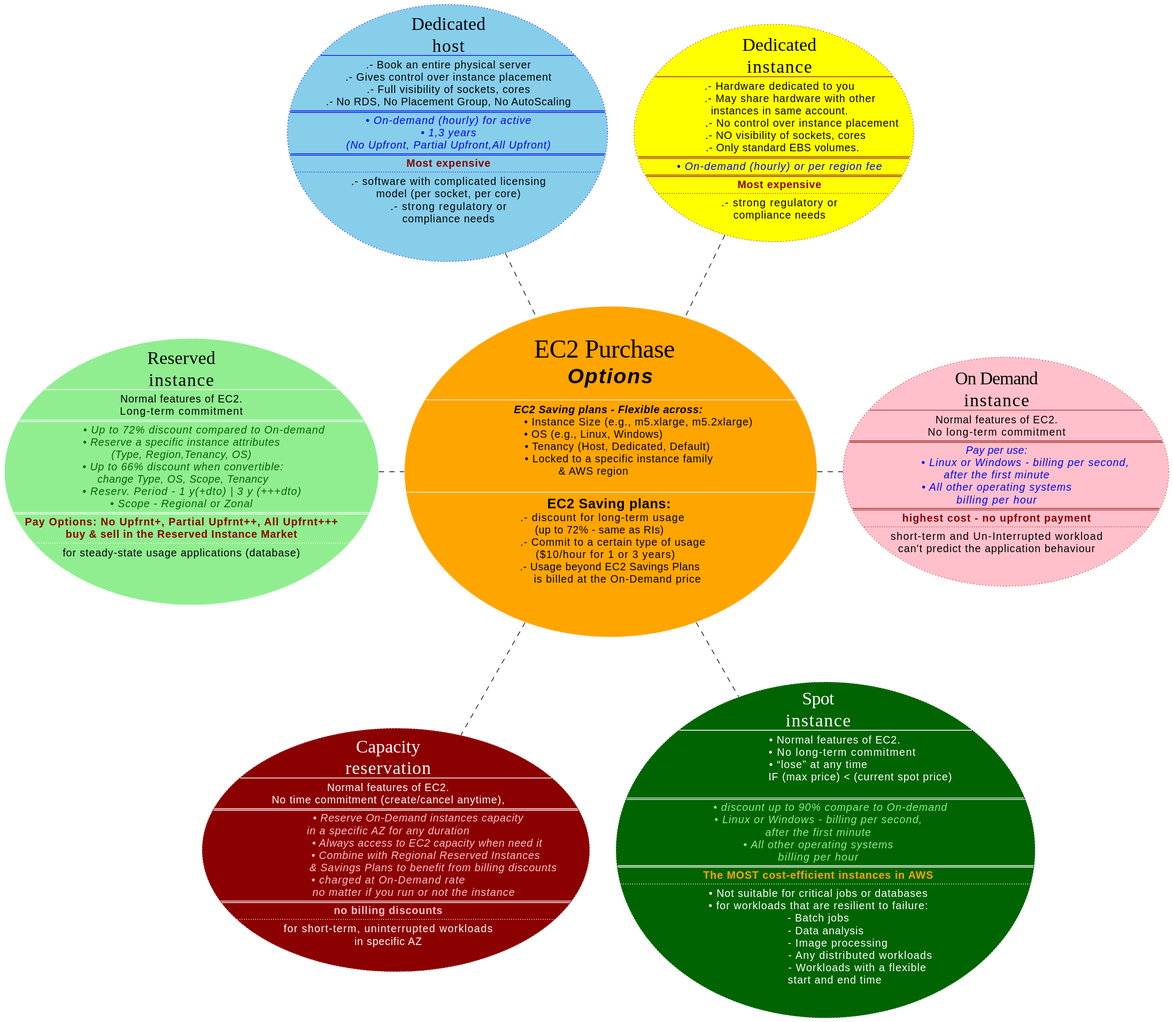
Before: assets/uml/003-ec2/ec2-purchase-options.svg, a diagram exported from PlantUML (avall/AWS-SAA-C03).
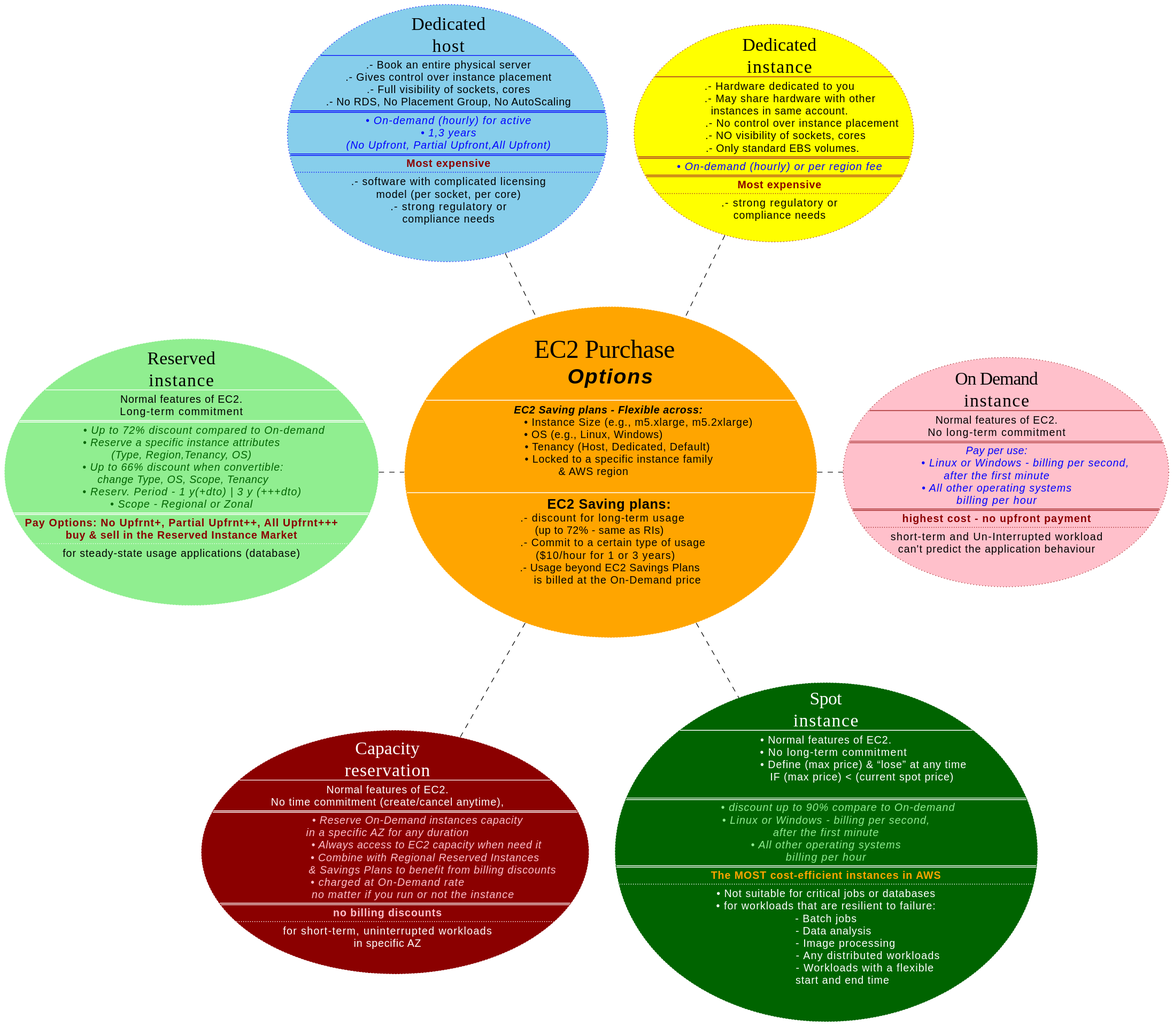
After the commit.

Commit message:
- EC2 purchase options

Change to the diagram source:
```diff
@@ -109,10 +109,10 @@
  <font:impact><size:24>Spot</size></font>
  <font:impact><size:24>instance</size></font>
 ----
-            • Normal features of EC2.
-                 • No long-term commitment
-• “lose” at any time
-                             IF (max price) < (current spot price)
+• Normal features of EC2.
+      • No long-term commitment
+                          • Define (max price) & “lose” at any time
+                         IF (max price) < (current spot price)
 
 ====
 <i><color:lightgreen>        • discount up to 90% compare to On-demand
```
